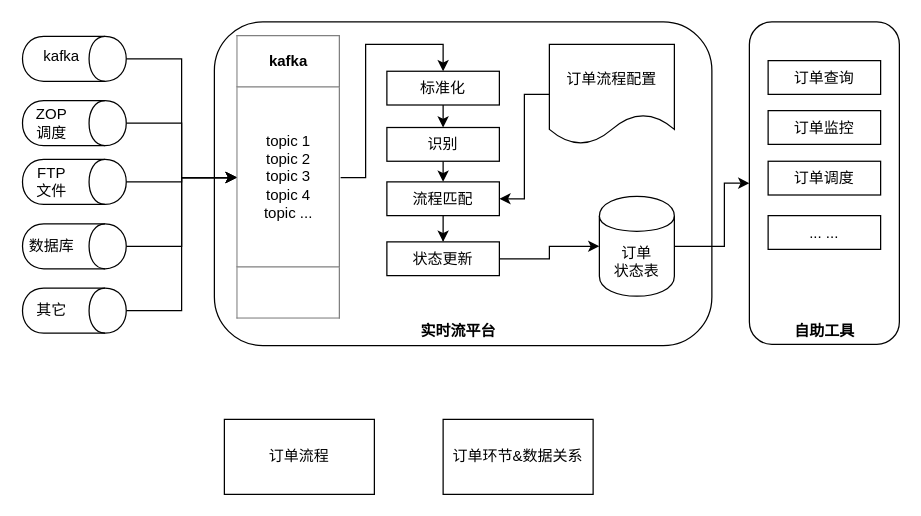
The draw.io diagram 订单流程处理.drawio in fengjj/webmarket0.1, before the edit. Source tidied: cells renumbered, new cells numbered last; positions are measured from the earlier drawing's top-left corner, leaving out a move shared by most shapes. Both pictures are drawn from the tidied source at 125%, with x=0, y=0 at pixel (26, 6).
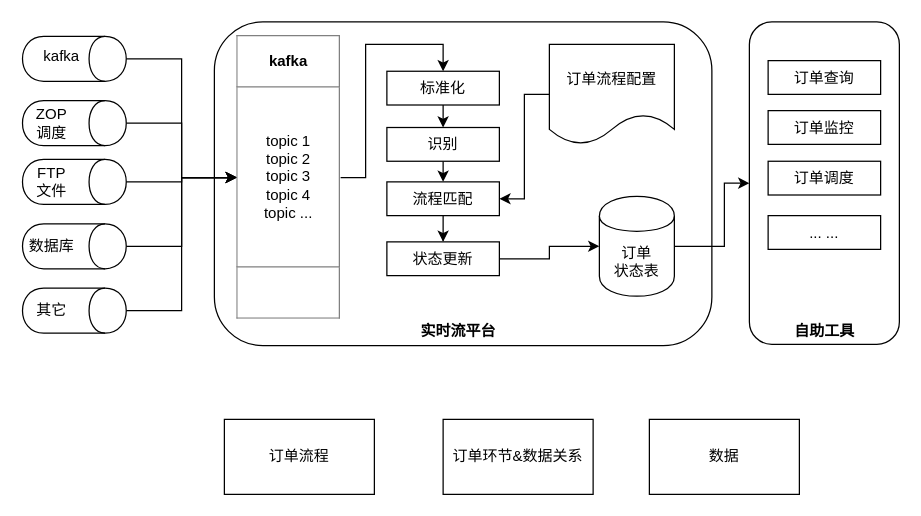
The same page after the edit.

Commit message (it also covers changes not shown here):
更新订单流程处理.drawio

Diff of the diagram source:
```diff
@@
+    <mxCell id="41" value="数据" style="rounded=0;whiteSpace=wrap;html=1;" parent="1" vertex="1">
+      <mxGeometry x="498" y="330" width="120" height="60" as="geometry" />
+    </mxCell>
```
